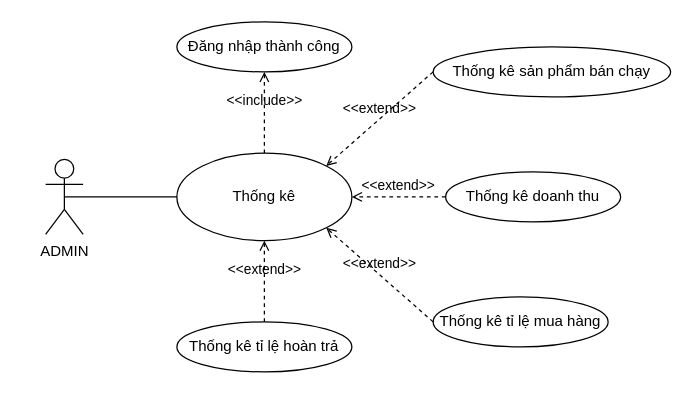
hieuNV0871/da keeps this draw.io diagram as UC/UC_THONGKE.drawio. Above is the earlier version. Source tidied: cells renumbered, new cells numbered last; positions are measured from the earlier drawing's top-left corner, leaving out a move shared by most shapes. Both pictures are drawn from the tidied source at 125%, with x=0, y=0 at pixel (45, 21).
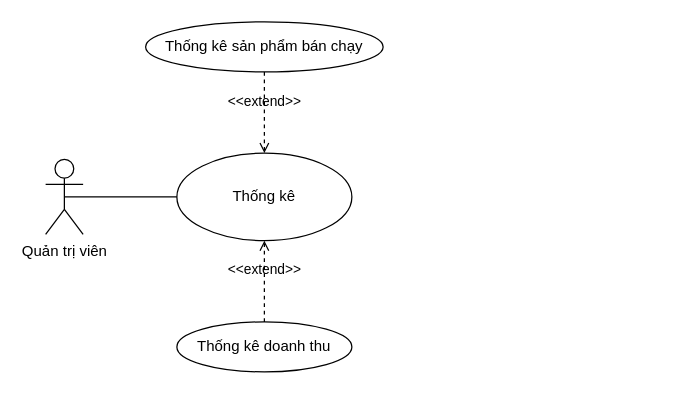
The same diagram, later.

Diff of the diagram source:
```diff
@@
 <mxGraphModel>
   <root>
     <mxCell id="0" />
     <mxCell id="1" parent="0" />
-    <mxCell id="2" value="ADMIN" style="shape=umlActor;verticalLabelPosition=bottom;verticalAlign=top;html=1;" parent="1" vertex="1">
+    <mxCell id="2" value="Quản trị viên" style="shape=umlActor;verticalLabelPosition=bottom;verticalAlign=top;html=1;" parent="1" vertex="1">
       <mxGeometry y="110" width="30" height="60" as="geometry" />
     </mxCell>
     <mxCell id="3" value="Thống kê" style="ellipse;whiteSpace=wrap;html=1;" parent="1" vertex="1">
       <mxGeometry x="105" y="105" width="140" height="70" as="geometry" />
     </mxCell>
-    <mxCell id="4" value="Đăng nhập thành công" style="ellipse;whiteSpace=wrap;html=1;" parent="1" vertex="1">
-      <mxGeometry x="105" width="140" height="40" as="geometry" />
-    </mxCell>
     <mxCell id="5" value="Thống kê sản phẩm bán chạy" style="ellipse;whiteSpace=wrap;html=1;" parent="1" vertex="1">
-      <mxGeometry x="310" y="20" width="190" height="40" as="geometry" />
+      <mxGeometry x="80" width="190" height="40" as="geometry" />
     </mxCell>
-    <mxCell id="6" value="Thống kê tỉ lệ mua hàng" style="ellipse;whiteSpace=wrap;html=1;" parent="1" vertex="1">
-      <mxGeometry x="310" y="220" width="140" height="40" as="geometry" />
-    </mxCell>
-    <mxCell id="7" value="Thống kê doanh thu" style="ellipse;whiteSpace=wrap;html=1;" parent="1" vertex="1">
-      <mxGeometry x="320" y="120" width="140" height="40" as="geometry" />
-    </mxCell>
-    <mxCell id="8" value="&amp;lt;&amp;lt;extend&amp;gt;&amp;gt;" style="html=1;verticalAlign=bottom;labelBackgroundColor=none;endArrow=open;endFill=0;dashed=1;rounded=0;entryX=1;entryY=0;entryDx=0;entryDy=0;exitX=0;exitY=0.5;exitDx=0;exitDy=0;" parent="1" edge="1" source="5" target="3">
+    <mxCell id="8" value="&amp;lt;&amp;lt;extend&amp;gt;&amp;gt;" style="html=1;verticalAlign=bottom;labelBackgroundColor=none;endArrow=open;endFill=0;dashed=1;rounded=0;entryX=0.5;entryY=0;entryDx=0;entryDy=0;exitX=0.5;exitY=1;exitDx=0;exitDy=0;" parent="1" edge="1" source="5" target="3">
       <mxGeometry relative="1" as="geometry" />
     </mxCell>
-    <mxCell id="9" value="&amp;lt;&amp;lt;extend&amp;gt;&amp;gt;" style="html=1;verticalAlign=bottom;labelBackgroundColor=none;endArrow=open;endFill=0;dashed=1;rounded=0;entryX=1;entryY=0.5;entryDx=0;entryDy=0;exitX=0;exitY=0.5;exitDx=0;exitDy=0;" parent="1" edge="1" source="7" target="3">
-      <mxGeometry relative="1" as="geometry" />
-    </mxCell>
-    <mxCell id="10" value="&amp;lt;&amp;lt;extend&amp;gt;&amp;gt;" style="html=1;verticalAlign=bottom;labelBackgroundColor=none;endArrow=open;endFill=0;dashed=1;rounded=0;entryX=1;entryY=1;entryDx=0;entryDy=0;exitX=0;exitY=0.5;exitDx=0;exitDy=0;" parent="1" edge="1" source="6" target="3">
-      <mxGeometry relative="1" as="geometry" />
-    </mxCell>
-    <mxCell id="11" value="&amp;lt;&amp;lt;include&amp;gt;&amp;gt;" style="html=1;verticalAlign=bottom;labelBackgroundColor=none;endArrow=open;endFill=0;dashed=1;rounded=0;exitX=0.5;exitY=0;exitDx=0;exitDy=0;entryX=0.5;entryY=1;entryDx=0;entryDy=0;" parent="1" edge="1" source="3" target="4">
-      <mxGeometry relative="1" as="geometry" />
-    </mxCell>
     <mxCell id="12" style="endArrow=none;html=1;rounded=0;exitX=0.5;exitY=0.5;exitDx=0;exitDy=0;exitPerimeter=0;entryX=0;entryY=0.5;entryDx=0;entryDy=0;" parent="1" edge="1" source="2" target="3">
       <mxGeometry relative="1" as="geometry" />
     </mxCell>
-    <mxCell id="13" value="Thống kê tỉ lệ hoàn trả" style="ellipse;whiteSpace=wrap;html=1;" parent="1" vertex="1">
+    <mxCell id="13" value="Thống kê doanh thu" style="ellipse;whiteSpace=wrap;html=1;" parent="1" vertex="1">
       <mxGeometry x="105" y="240" width="140" height="40" as="geometry" />
     </mxCell>
     <mxCell id="14" value="&amp;lt;&amp;lt;extend&amp;gt;&amp;gt;" style="html=1;verticalAlign=bottom;labelBackgroundColor=none;endArrow=open;endFill=0;dashed=1;rounded=0;entryX=0.5;entryY=1;entryDx=0;entryDy=0;exitX=0.5;exitY=0;exitDx=0;exitDy=0;" parent="1" edge="1" source="13" target="3">
       <mxGeometry relative="1" as="geometry" />
     </mxCell>
   </root>
 </mxGraphModel>
```
